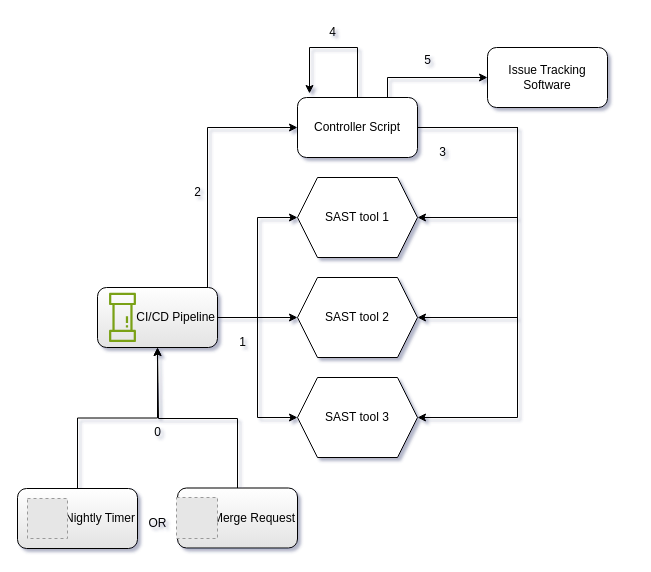
Above: GeneralConfigDiagramEnhanced.drawio in zwadhams/SonarQubeJunk (draw.io), before the change. Source tidied: cells renumbered, new cells numbered last; positions are measured from the earlier drawing's top-left corner, leaving out a move shared by most shapes. Both pictures are drawn from the tidied source at 100%, with x=0, y=0 at pixel (17, 17). Pictures stored in the file or linked from it are replaced by grey dashed boxes.
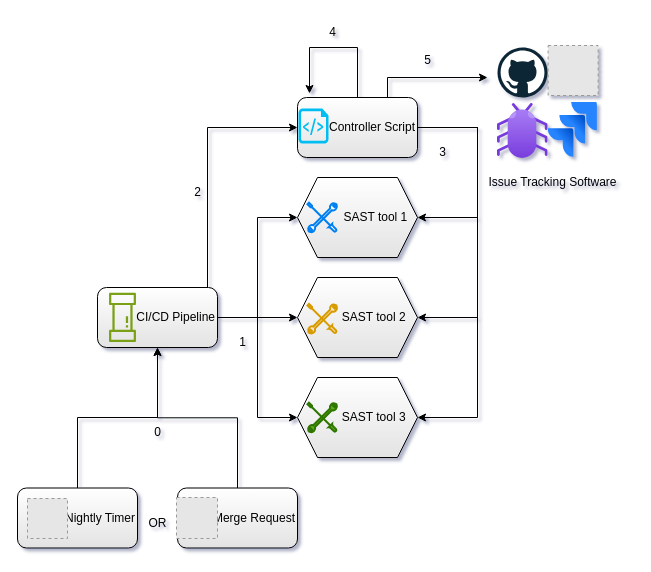
The same diagram, later.

The change refers to these unchanged cells:
```xml
<mxCell id="14" value="CI/CD Pipeline" style="rounded=1;whiteSpace=wrap;html=1;gradientColor=#E3E3E3;align=right;" parent="1" vertex="1">
  <mxGeometry x="80" y="270" width="120" height="60" as="geometry" />
</mxCell>
<mxCell id="25" value="Merge Request" style="rounded=1;whiteSpace=wrap;html=1;gradientColor=#E3E3E3;align=right;" parent="1" vertex="1">
  <mxGeometry x="160" y="470.5" width="120" height="60" as="geometry" />
</mxCell>
```

The edit, as a diff of the source:
```diff
@@
-    <mxCell id="2" value="SAST tool 1" style="shape=hexagon;perimeter=hexagonPerimeter2;whiteSpace=wrap;html=1;fixedSize=1;" parent="1" vertex="1">
+    <mxCell id="2" value="&amp;nbsp; &amp;nbsp; &amp;nbsp; &amp;nbsp; &amp;nbsp; &amp;nbsp;SAST tool 1" style="shape=hexagon;perimeter=hexagonPerimeter2;whiteSpace=wrap;html=1;fixedSize=1;gradientColor=#E3E3E3;align=center;" parent="1" vertex="1">
       <mxGeometry x="280" y="160" width="120" height="80" as="geometry" />
     </mxCell>
-    <mxCell id="3" value="SAST tool 2" style="shape=hexagon;perimeter=hexagonPerimeter2;whiteSpace=wrap;html=1;fixedSize=1;" parent="1" vertex="1">
+    <mxCell id="3" value="&amp;nbsp; &amp;nbsp; &amp;nbsp; &amp;nbsp; &amp;nbsp; SAST tool 2" style="shape=hexagon;perimeter=hexagonPerimeter2;whiteSpace=wrap;html=1;fixedSize=1;gradientColor=#E3E3E3;align=center;" parent="1" vertex="1">
       <mxGeometry x="280" y="260" width="120" height="80" as="geometry" />
     </mxCell>
-    <mxCell id="4" value="SAST tool 3" style="shape=hexagon;perimeter=hexagonPerimeter2;whiteSpace=wrap;html=1;fixedSize=1;" parent="1" vertex="1">
+    <mxCell id="4" value="&amp;nbsp; &amp;nbsp; &amp;nbsp; &amp;nbsp; &amp;nbsp; SAST tool 3" style="shape=hexagon;perimeter=hexagonPerimeter2;whiteSpace=wrap;html=1;fixedSize=1;gradientColor=#E3E3E3;align=center;" parent="1" vertex="1">
       <mxGeometry x="280" y="360" width="120" height="80" as="geometry" />
     </mxCell>
     <mxCell id="5" style="edgeStyle=orthogonalEdgeStyle;rounded=0;jettySize=auto;html=1;entryX=1;entryY=0.5;entryDx=0;entryDy=0;" parent="1" edge="1" source="9" target="4">
       <mxGeometry relative="1" as="geometry">
         <Array as="points">
-          <mxPoint x="500" y="110" />
-          <mxPoint x="500" y="400" />
+          <mxPoint x="460" y="110" />
+          <mxPoint x="460" y="400" />
         </Array>
       </mxGeometry>
     </mxCell>
     <mxCell id="6" style="edgeStyle=orthogonalEdgeStyle;rounded=0;jettySize=auto;html=1;entryX=1;entryY=0.5;entryDx=0;entryDy=0;" parent="1" edge="1" source="9" target="2">
       <mxGeometry relative="1" as="geometry">
         <Array as="points">
-          <mxPoint x="500" y="110" />
-          <mxPoint x="500" y="200" />
+          <mxPoint x="460" y="110" />
+          <mxPoint x="460" y="200" />
         </Array>
       </mxGeometry>
     </mxCell>
     <mxCell id="7" style="edgeStyle=orthogonalEdgeStyle;rounded=0;jettySize=auto;html=1;entryX=1;entryY=0.5;entryDx=0;entryDy=0;" parent="1" edge="1" source="9" target="3">
       <mxGeometry relative="1" as="geometry">
         <Array as="points">
-          <mxPoint x="500" y="110" />
-          <mxPoint x="500" y="300" />
+          <mxPoint x="460" y="110" />
+          <mxPoint x="460" y="300" />
         </Array>
       </mxGeometry>
     </mxCell>
-    <mxCell id="8" style="edgeStyle=orthogonalEdgeStyle;rounded=0;jettySize=auto;html=1;exitX=0.75;exitY=0;exitDx=0;exitDy=0;entryX=0;entryY=0.5;entryDx=0;entryDy=0;" parent="1" edge="1" source="9" target="20">
-      <mxGeometry relative="1" as="geometry" />
+    <mxCell id="8" style="edgeStyle=orthogonalEdgeStyle;rounded=0;jettySize=auto;html=1;exitX=0.75;exitY=0;exitDx=0;exitDy=0;entryX=0;entryY=0.5;entryDx=0;entryDy=0;" parent="1" edge="1" source="9">
+      <mxGeometry relative="1" as="geometry">
+        <mxPoint x="470" y="60" as="targetPoint" />
+        <Array as="points">
+          <mxPoint x="370" y="60" />
+        </Array>
+      </mxGeometry>
     </mxCell>
-    <mxCell id="9" value="Controller Script" style="rounded=1;whiteSpace=wrap;html=1;" parent="1" vertex="1">
+    <mxCell id="9" value="Controller Script" style="rounded=1;whiteSpace=wrap;html=1;gradientColor=#e3e3e3;align=right;" parent="1" vertex="1">
       <mxGeometry x="280" y="80" width="120" height="60" as="geometry" />
     </mxCell>
@@
-    <mxCell id="20" value="Issue Tracking Software" style="rounded=1;whiteSpace=wrap;html=1;" parent="1" vertex="1">
-      <mxGeometry x="470" y="30" width="120" height="60" as="geometry" />
-    </mxCell>
@@
     <mxCell id="22" style="edgeStyle=orthogonalEdgeStyle;rounded=0;jettySize=auto;html=1;entryX=0.5;entryY=1;entryDx=0;entryDy=0;" parent="1" edge="1" source="23" target="14">
-      <mxGeometry relative="1" as="geometry" />
+      <mxGeometry relative="1" as="geometry">
+        <Array as="points">
+          <mxPoint x="60" y="400" />
+          <mxPoint x="140" y="400" />
+        </Array>
+      </mxGeometry>
     </mxCell>
     <mxCell id="23" value="Nightly Timer" style="rounded=1;whiteSpace=wrap;html=1;align=right;gradientColor=#E3E3E3;strokeColor=default;" parent="1" vertex="1">
-      <mxGeometry y="471" width="120" height="60" as="geometry" />
+      <mxGeometry y="470.5" width="120" height="60" as="geometry" />
     </mxCell>
-    <mxCell id="24" style="edgeStyle=orthogonalEdgeStyle;rounded=0;jettySize=auto;html=1;" parent="1" edge="1" source="25">
-      <mxGeometry relative="1" as="geometry">
-        <mxPoint x="140" y="330" as="targetPoint" />
-        <Array as="points">
-          <mxPoint x="220" y="401" />
-          <mxPoint x="141" y="401" />
-        </Array>
-      </mxGeometry>
-    </mxCell>
+    <mxCell id="31" style="edgeStyle=orthogonalEdgeStyle;rounded=0;jettySize=auto;html=1;entryX=0.5;entryY=1;entryDx=0;entryDy=0;" parent="1" edge="1" source="25" target="14">
+      <mxGeometry relative="1" as="geometry" />
+    </mxCell>
@@
+    <mxCell id="32" style="html=1;verticalLabelPosition=bottom;align=center;labelBackgroundColor=#ffffff;verticalAlign=top;strokeWidth=2;strokeColor=#0080F0;shadow=0;dashed=0;shape=mxgraph.ios7.icons.tools;" parent="1" vertex="1">
+      <mxGeometry x="290" y="185.2" width="29.7" height="29.7" as="geometry" />
+    </mxCell>
+    <mxCell id="33" style="html=1;verticalLabelPosition=bottom;align=center;labelBackgroundColor=#ffffff;verticalAlign=top;strokeWidth=2;strokeColor=#d79b00;shadow=0;dashed=0;shape=mxgraph.ios7.icons.tools;fillColor=#ffe6cc;" parent="1" vertex="1">
+      <mxGeometry x="290" y="286.5" width="29.7" height="29.7" as="geometry" />
+    </mxCell>
+    <mxCell id="34" style="html=1;verticalLabelPosition=bottom;align=center;labelBackgroundColor=#ffffff;verticalAlign=top;strokeWidth=2;strokeColor=#2D7600;shadow=0;dashed=0;shape=mxgraph.ios7.icons.tools;fillColor=#60a917;fontColor=#ffffff;" parent="1" vertex="1">
+      <mxGeometry x="290" y="385.2" width="29.7" height="29.7" as="geometry" />
+    </mxCell>
+    <mxCell id="35" style="verticalLabelPosition=bottom;html=1;verticalAlign=top;align=center;strokeColor=none;fillColor=#00BEF2;shape=mxgraph.azure.script_file;" parent="1" vertex="1">
+      <mxGeometry x="281" y="91" width="30" height="35" as="geometry" />
+    </mxCell>
+    <mxCell id="36" style="dashed=0;html=1;align=center;labelPosition=center;verticalLabelPosition=bottom;verticalAlign=top;shape=mxgraph.weblogos.github;" parent="1" vertex="1">
+      <mxGeometry x="480" y="30" width="50" height="50" as="geometry" />
+    </mxCell>
+    <mxCell id="37" style="fillColor=#E6E6E6;strokeColor=#999999;dashed=1;html=1;verticalAlign=top;verticalLabelPosition=bottom;labelBackgroundColor=#ffffff;" parent="1" vertex="1">
+      <mxGeometry x="530.6" y="28" width="50" height="50" as="geometry" />
+    </mxCell>
+    <mxCell id="38" style="image;html=1;image=img/lib/atlassian/Jira_Logo.svg;" parent="1" vertex="1">
+      <mxGeometry x="530.6" y="84.5" width="49.4" height="55.5" as="geometry" />
+    </mxCell>
+    <mxCell id="39" style="image;html=1;align=center;fontSize=12;image=img/lib/azure2/general/Bug.svg;" parent="1" vertex="1">
+      <mxGeometry x="480" y="86" width="50.6" height="54.9" as="geometry" />
+    </mxCell>
+    <mxCell id="20" value="Issue Tracking Software" style="text;html=1;align=center;verticalAlign=middle;points=[];strokeColor=none;fillColor=none;" parent="1" vertex="1">
+      <mxGeometry x="460" y="150" width="150" height="30" as="geometry" />
+    </mxCell>
```
